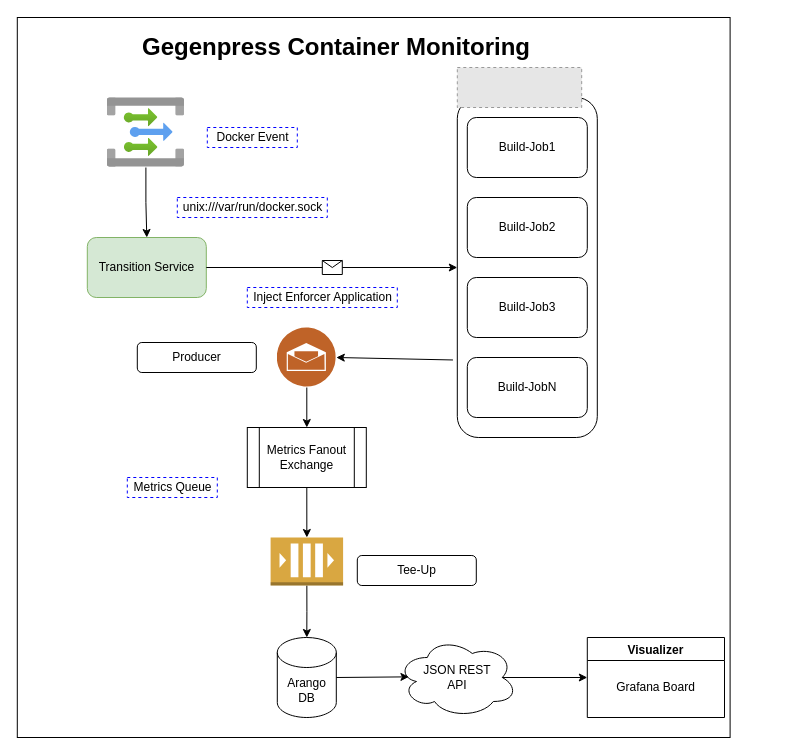
This is ServiceMetricsDB.drawio from ravisjha/test, a draw.io file, before an edit. Source tidied: cells renumbered, new cells numbered last; positions are measured from the earlier drawing's top-left corner, leaving out a move shared by most shapes. Both pictures are drawn from the tidied source at 100%, with x=0, y=0 at pixel (17, 17). Pictures stored in the file or linked from it are replaced by grey dashed boxes.
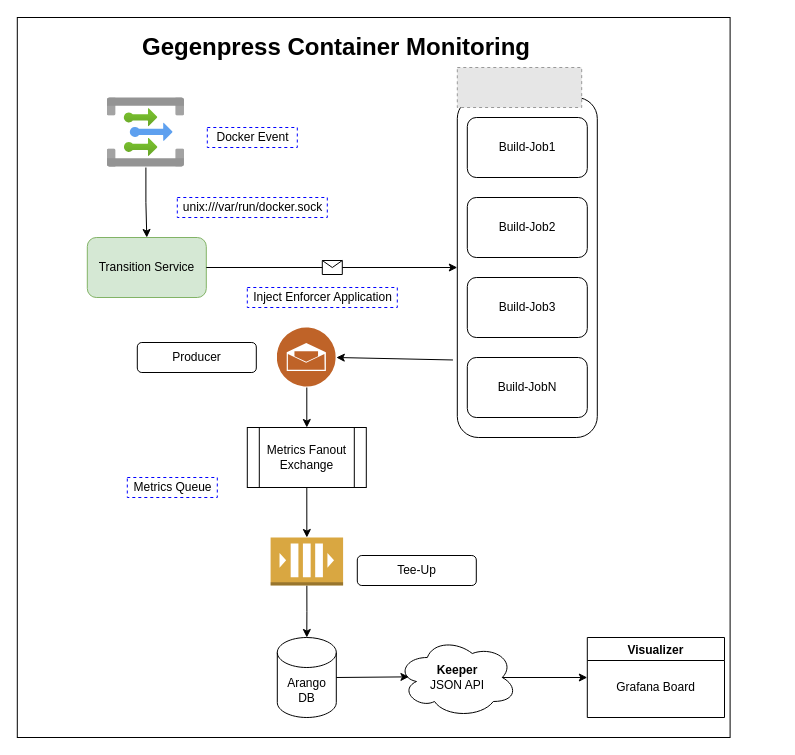
Above is the later version.

Unchanged cells that the change refers to:
```xml
<mxCell id="2" style="group;" parent="1" vertex="1">
  <mxGeometry x="47" width="712.8" height="720" as="geometry" />
</mxCell>
```

Diff of the diagram source:
```diff
@@
-    <mxCell id="30" value="JSON REST&lt;br&gt;API" style="ellipse;shape=cloud;whiteSpace=wrap;html=1;" parent="2" vertex="1">
+    <mxCell id="30" value="&lt;b&gt;Keeper&lt;/b&gt;&lt;br&gt;JSON API" style="ellipse;shape=cloud;whiteSpace=wrap;html=1;" parent="2" vertex="1">
       <mxGeometry x="332.8" y="620" width="120" height="80" as="geometry" />
     </mxCell>
```
